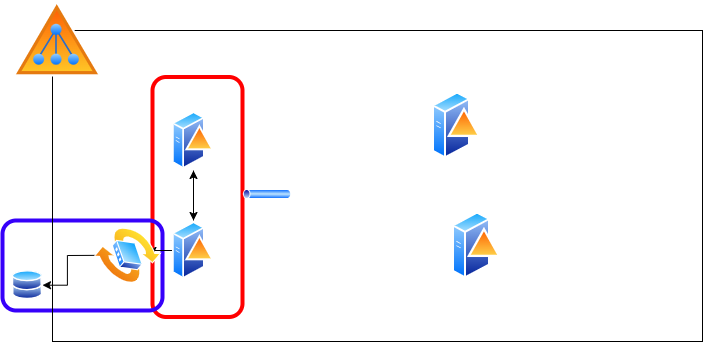
Ktkjf/entrainement_wordpress keeps this draw.io diagram as Diagramme sans nom.drawio.png. Above is the earlier version. Source tidied: cells renumbered, new cells last; positions are measured from the earlier drawing's top-left corner, leaving out a move shared by most shapes. Its diagram source:
```xml
<mxGraphModel>
  <root>
    <mxCell id="0" />
    <mxCell id="1" parent="0" />
    <mxCell id="2" style="rounded=1;whiteSpace=wrap;html=1;fillColor=none;strokeWidth=4;strokeColor=#ff0000;" parent="1" vertex="1">
      <mxGeometry x="150" y="76.5" width="90" height="240" as="geometry" />
    </mxCell>
    <mxCell id="3" style="rounded=1;whiteSpace=wrap;html=1;fillColor=none;strokeColor=#3600fa;strokeWidth=4;" parent="1" vertex="1">
      <mxGeometry y="220" width="160" height="90" as="geometry" />
    </mxCell>
    <mxCell id="4" style="rounded=0;whiteSpace=wrap;html=1;gradientColor=default;fillColor=none;" parent="1" vertex="1">
      <mxGeometry x="50" y="30" width="650" height="311" as="geometry" />
    </mxCell>
    <mxCell id="5" style="image;perimeter=ellipsePerimeter;html=1;align=center;shadow=0;dashed=0;spacingTop=3;image=img/lib/active_directory/databases.svg;" parent="1" vertex="1">
      <mxGeometry x="10" y="270" width="30" height="29.4" as="geometry" />
    </mxCell>
    <mxCell id="6" style="edgeStyle=orthogonalEdgeStyle;rounded=0;jettySize=auto;html=1;" parent="1" edge="1" source="7" target="14">
      <mxGeometry relative="1" as="geometry" />
    </mxCell>
    <mxCell id="7" style="image;perimeter=ellipsePerimeter;html=1;align=center;shadow=0;dashed=0;spacingTop=3;image=img/lib/active_directory/domain_controller.svg;" parent="1" vertex="1">
      <mxGeometry x="170" y="110" width="42" height="60" as="geometry" />
    </mxCell>
    <mxCell id="8" style="image;perimeter=ellipsePerimeter;html=1;align=center;shadow=0;dashed=0;spacingTop=3;image=img/lib/active_directory/active_directory.svg;" parent="1" vertex="1">
      <mxGeometry x="10" width="90" height="76.5" as="geometry" />
    </mxCell>
    <mxCell id="9" style="image;perimeter=ellipsePerimeter;html=1;align=center;shadow=0;dashed=0;spacingTop=3;image=img/lib/active_directory/tunnel.svg;" parent="1" vertex="1">
      <mxGeometry x="240" y="189" width="50" height="10" as="geometry" />
    </mxCell>
    <mxCell id="10" style="image;perimeter=ellipsePerimeter;html=1;align=center;shadow=0;dashed=0;spacingTop=3;image=img/lib/active_directory/domain_controller.svg;" parent="1" vertex="1">
      <mxGeometry x="430" y="90" width="49" height="70" as="geometry" />
    </mxCell>
    <mxCell id="11" style="image;perimeter=ellipsePerimeter;html=1;align=center;shadow=0;dashed=0;spacingTop=3;image=img/lib/active_directory/domain_controller.svg;" parent="1" vertex="1">
      <mxGeometry x="450" y="210" width="49" height="70" as="geometry" />
    </mxCell>
    <mxCell id="12" style="edgeStyle=orthogonalEdgeStyle;rounded=0;jettySize=auto;html=1;" parent="1" edge="1" source="14" target="16">
      <mxGeometry relative="1" as="geometry" />
    </mxCell>
    <mxCell id="13" style="edgeStyle=orthogonalEdgeStyle;rounded=0;jettySize=auto;html=1;" parent="1" edge="1" source="14" target="7">
      <mxGeometry relative="1" as="geometry" />
    </mxCell>
    <mxCell id="14" style="image;perimeter=ellipsePerimeter;html=1;align=center;shadow=0;dashed=0;spacingTop=3;image=img/lib/active_directory/domain_controller.svg;" parent="1" vertex="1">
      <mxGeometry x="170" y="220" width="42" height="60" as="geometry" />
    </mxCell>
    <mxCell id="15" style="edgeStyle=orthogonalEdgeStyle;rounded=0;jettySize=auto;html=1;" parent="1" edge="1" source="16" target="5">
      <mxGeometry relative="1" as="geometry" />
    </mxCell>
    <mxCell id="16" style="image;perimeter=ellipsePerimeter;html=1;align=center;shadow=0;dashed=0;spacingTop=3;image=img/lib/active_directory/switch.svg;rotation=40;" parent="1" vertex="1">
      <mxGeometry x="100" y="230" width="50" height="50" as="geometry" />
    </mxCell>
  </root>
</mxGraphModel>
```
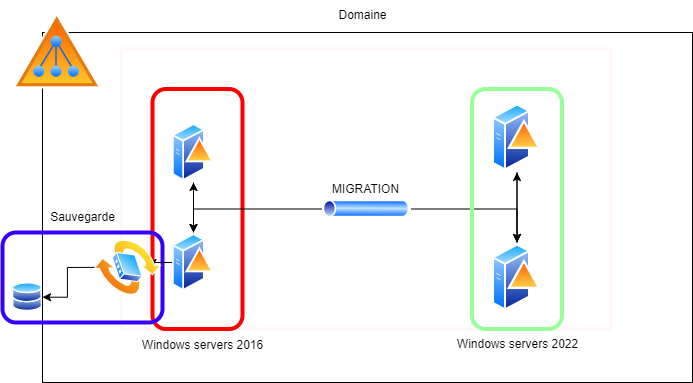
After the change.

Commit message:
Mettre à jour Diagramme sans nom.drawio.png

Change to the diagram source:
```diff
@@ -2,15 +2,18 @@
   <root>
     <mxCell id="0" />
     <mxCell id="1" parent="0" />
+    <mxCell id="4" style="rounded=0;whiteSpace=wrap;html=1;gradientColor=default;fillColor=none;" parent="1" vertex="1">
+      <mxGeometry x="40" y="20" width="650" height="350" as="geometry" />
+    </mxCell>
+    <mxCell id="17" value="&lt;p style=&quot;line-height: 110%;&quot;&gt;MIGRATION&lt;/p&gt;" style="rounded=0;whiteSpace=wrap;html=1;fillColor=none;strokeColor=#FFF7F7;strokeWidth=3;" parent="1" vertex="1">
+      <mxGeometry x="119" y="36.5" width="489" height="280" as="geometry" />
+    </mxCell>
     <mxCell id="2" style="rounded=1;whiteSpace=wrap;html=1;fillColor=none;strokeWidth=4;strokeColor=#ff0000;" parent="1" vertex="1">
       <mxGeometry x="150" y="76.5" width="90" height="240" as="geometry" />
     </mxCell>
     <mxCell id="3" style="rounded=1;whiteSpace=wrap;html=1;fillColor=none;strokeColor=#3600fa;strokeWidth=4;" parent="1" vertex="1">
       <mxGeometry y="220" width="160" height="90" as="geometry" />
     </mxCell>
-    <mxCell id="4" style="rounded=0;whiteSpace=wrap;html=1;gradientColor=default;fillColor=none;" parent="1" vertex="1">
-      <mxGeometry x="50" y="30" width="650" height="311" as="geometry" />
-    </mxCell>
     <mxCell id="5" style="image;perimeter=ellipsePerimeter;html=1;align=center;shadow=0;dashed=0;spacingTop=3;image=img/lib/active_directory/databases.svg;" parent="1" vertex="1">
       <mxGeometry x="10" y="270" width="30" height="29.4" as="geometry" />
     </mxCell>
@@ -23,14 +26,26 @@
     <mxCell id="8" style="image;perimeter=ellipsePerimeter;html=1;align=center;shadow=0;dashed=0;spacingTop=3;image=img/lib/active_directory/active_directory.svg;" parent="1" vertex="1">
       <mxGeometry x="10" width="90" height="76.5" as="geometry" />
     </mxCell>
+    <mxCell id="18" style="edgeStyle=orthogonalEdgeStyle;rounded=0;jettySize=auto;html=1;" parent="1" edge="1" source="9" target="14">
+      <mxGeometry relative="1" as="geometry" />
+    </mxCell>
+    <mxCell id="19" style="edgeStyle=orthogonalEdgeStyle;rounded=0;jettySize=auto;html=1;" parent="1" edge="1" source="9" target="11">
+      <mxGeometry relative="1" as="geometry" />
+    </mxCell>
     <mxCell id="9" style="image;perimeter=ellipsePerimeter;html=1;align=center;shadow=0;dashed=0;spacingTop=3;image=img/lib/active_directory/tunnel.svg;" parent="1" vertex="1">
-      <mxGeometry x="240" y="189" width="50" height="10" as="geometry" />
+      <mxGeometry x="319" y="187.5" width="90" height="18" as="geometry" />
     </mxCell>
+    <mxCell id="20" style="edgeStyle=orthogonalEdgeStyle;rounded=0;jettySize=auto;html=1;" parent="1" edge="1" source="10" target="11">
+      <mxGeometry relative="1" as="geometry" />
+    </mxCell>
     <mxCell id="10" style="image;perimeter=ellipsePerimeter;html=1;align=center;shadow=0;dashed=0;spacingTop=3;image=img/lib/active_directory/domain_controller.svg;" parent="1" vertex="1">
-      <mxGeometry x="430" y="90" width="49" height="70" as="geometry" />
+      <mxGeometry x="490" y="90" width="49" height="70" as="geometry" />
     </mxCell>
+    <mxCell id="21" style="edgeStyle=orthogonalEdgeStyle;rounded=0;jettySize=auto;html=1;" parent="1" edge="1" source="11" target="10">
+      <mxGeometry relative="1" as="geometry" />
+    </mxCell>
     <mxCell id="11" style="image;perimeter=ellipsePerimeter;html=1;align=center;shadow=0;dashed=0;spacingTop=3;image=img/lib/active_directory/domain_controller.svg;" parent="1" vertex="1">
-      <mxGeometry x="450" y="210" width="49" height="70" as="geometry" />
+      <mxGeometry x="490" y="230" width="49" height="70" as="geometry" />
     </mxCell>
     <mxCell id="12" style="edgeStyle=orthogonalEdgeStyle;rounded=0;jettySize=auto;html=1;" parent="1" edge="1" source="14" target="16">
       <mxGeometry relative="1" as="geometry" />
@@ -47,5 +62,20 @@
     <mxCell id="16" style="image;perimeter=ellipsePerimeter;html=1;align=center;shadow=0;dashed=0;spacingTop=3;image=img/lib/active_directory/switch.svg;rotation=40;" parent="1" vertex="1">
       <mxGeometry x="100" y="230" width="50" height="50" as="geometry" />
     </mxCell>
+    <mxCell id="22" style="rounded=1;whiteSpace=wrap;html=1;fillColor=none;strokeWidth=4;strokeColor=#99FF99;" parent="1" vertex="1">
+      <mxGeometry x="469.5" y="76.5" width="90" height="240" as="geometry" />
+    </mxCell>
+    <mxCell id="23" value="Domaine" style="text;html=1;align=center;verticalAlign=middle;strokeColor=none;fillColor=none;" parent="1" vertex="1">
+      <mxGeometry x="325" y="-12" width="70" height="30" as="geometry" />
+    </mxCell>
+    <mxCell id="24" value="Windows servers 2016" style="text;html=1;align=center;verticalAlign=middle;strokeColor=none;fillColor=none;" parent="1" vertex="1">
+      <mxGeometry x="130" y="318" width="140" height="30" as="geometry" />
+    </mxCell>
+    <mxCell id="25" value="Windows servers 2022" style="text;html=1;align=center;verticalAlign=middle;strokeColor=none;fillColor=none;" parent="1" vertex="1">
+      <mxGeometry x="444.5" y="316.5" width="140" height="30" as="geometry" />
+    </mxCell>
+    <mxCell id="26" value="Sauvegarde" style="text;html=1;align=center;verticalAlign=middle;strokeColor=none;fillColor=none;" parent="1" vertex="1">
+      <mxGeometry x="35" y="190" width="90" height="30" as="geometry" />
+    </mxCell>
   </root>
 </mxGraphModel>
```
